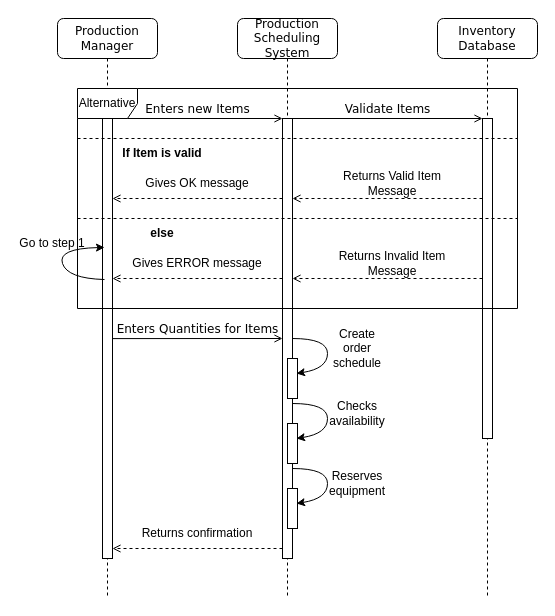
critschris/COMP-354 keeps this draw.io diagram as A2_SD.drawio. Above is the earlier version. Source tidied: cells renumbered, new cells numbered last; positions are measured from the earlier drawing's top-left corner, leaving out a move shared by most shapes. Both pictures are drawn from the tidied source at 100%, with x=0, y=0 at pixel (17, 18).
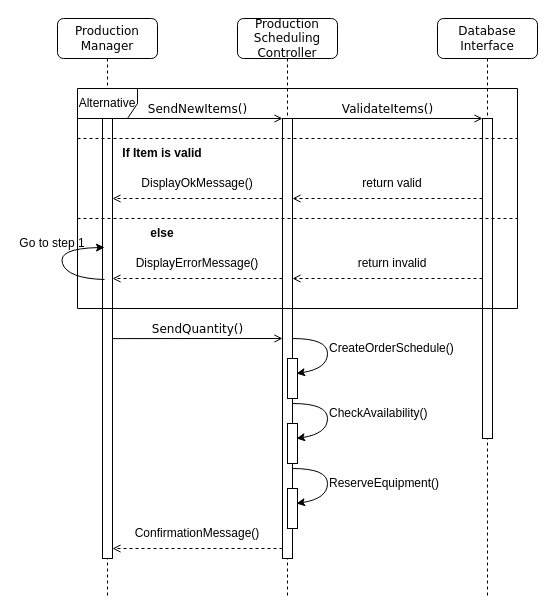
The same page after the edit.

Unchanged cells that the change refers to:
```xml
<mxCell id="3" style="html=1;points=[];perimeter=orthogonalPerimeter;rounded=0;shadow=0;comic=0;labelBackgroundColor=none;strokeWidth=1;fontFamily=Verdana;fontSize=12;align=center;" parent="2" vertex="1">
  <mxGeometry x="45" y="100" width="10" height="440" as="geometry" />
</mxCell>
<mxCell id="6" style="html=1;points=[];perimeter=orthogonalPerimeter;rounded=0;shadow=0;comic=0;labelBackgroundColor=none;strokeWidth=1;fontFamily=Verdana;fontSize=12;align=center;" parent="5" vertex="1">
  <mxGeometry x="45" y="100" width="10" height="320" as="geometry" />
</mxCell>
<mxCell id="8" style="html=1;points=[];perimeter=orthogonalPerimeter;rounded=0;shadow=0;comic=0;labelBackgroundColor=none;strokeWidth=1;fontFamily=Verdana;fontSize=12;align=center;" parent="7" vertex="1">
  <mxGeometry x="45" y="100" width="10" height="440" as="geometry" />
</mxCell>
<mxCell id="19" style="group;" parent="1" vertex="1">
  <mxGeometry x="275" y="150" width="190" height="30" as="geometry" />
</mxCell>
<mxCell id="22" style="group;" parent="1" vertex="1">
  <mxGeometry x="275" y="230" width="190" height="30" as="geometry" />
</mxCell>
<mxCell id="25" style="group;" parent="1" vertex="1">
  <mxGeometry x="95" y="150" width="170" height="30" as="geometry" />
</mxCell>
<mxCell id="28" style="group;" parent="1" vertex="1">
  <mxGeometry x="95" y="230" width="170" height="30" as="geometry" />
</mxCell>
<mxCell id="39" style="group;" parent="1" vertex="1">
  <mxGeometry x="95" y="500" width="170" height="30" as="geometry" />
</mxCell>
```

Diff of the diagram source:
```diff
@@
-    <mxCell id="2" value="Production Scheduling&lt;div&gt;System&lt;/div&gt;" style="shape=umlLifeline;perimeter=lifelinePerimeter;whiteSpace=wrap;html=1;rounded=1;shadow=0;comic=0;labelBackgroundColor=none;strokeWidth=1;fontFamily=Verdana;fontSize=12;align=center;" parent="1" vertex="1">
+    <mxCell id="2" value="Production Scheduling&lt;div&gt;Controller&lt;/div&gt;" style="shape=umlLifeline;perimeter=lifelinePerimeter;whiteSpace=wrap;html=1;rounded=1;shadow=0;comic=0;labelBackgroundColor=none;strokeWidth=1;fontFamily=Verdana;fontSize=12;align=center;" parent="1" vertex="1">
       <mxGeometry x="220" width="100" height="580" as="geometry" />
     </mxCell>
@@
-    <mxCell id="5" value="Inventory&lt;div&gt;Database&lt;/div&gt;" style="shape=umlLifeline;perimeter=lifelinePerimeter;whiteSpace=wrap;html=1;rounded=1;shadow=0;comic=0;labelBackgroundColor=none;strokeWidth=1;fontFamily=Verdana;fontSize=12;align=center;" parent="1" vertex="1">
+    <mxCell id="5" value="&lt;div&gt;Database&lt;/div&gt;&lt;div&gt;Interface&lt;/div&gt;" style="shape=umlLifeline;perimeter=lifelinePerimeter;whiteSpace=wrap;html=1;rounded=1;shadow=0;comic=0;labelBackgroundColor=none;strokeWidth=1;fontFamily=Verdana;fontSize=12;align=center;" parent="1" vertex="1">
       <mxGeometry x="420" width="100" height="580" as="geometry" />
     </mxCell>
@@
-    <mxCell id="11" value="Enters new Items" style="html=1;verticalAlign=bottom;endArrow=open;entryX=0;entryY=0;labelBackgroundColor=none;fontFamily=Verdana;fontSize=12;elbow=vertical;endFill=0;" parent="1" edge="1" source="8" target="3">
+    <mxCell id="11" value="SendNewItems()" style="html=1;verticalAlign=bottom;endArrow=open;entryX=0;entryY=0;labelBackgroundColor=none;fontFamily=Verdana;fontSize=12;elbow=vertical;endFill=0;" parent="1" edge="1" source="8" target="3">
       <mxGeometry relative="1" as="geometry" />
     </mxCell>
-    <mxCell id="12" value="Validate Items" style="html=1;verticalAlign=bottom;endArrow=open;entryX=0;entryY=0;labelBackgroundColor=none;fontFamily=Verdana;fontSize=12;elbow=vertical;endFill=0;" parent="1" edge="1" source="3" target="6">
+    <mxCell id="12" value="ValidateItems()" style="html=1;verticalAlign=bottom;endArrow=open;entryX=0;entryY=0;labelBackgroundColor=none;fontFamily=Verdana;fontSize=12;elbow=vertical;endFill=0;" parent="1" edge="1" source="3" target="6">
       <mxGeometry relative="1" as="geometry" />
     </mxCell>
-    <mxCell id="13" value="Enters Quantities for Items" style="html=1;verticalAlign=bottom;endArrow=open;entryX=0.1;entryY=0.43;labelBackgroundColor=none;fontFamily=Verdana;fontSize=12;elbow=vertical;entryDx=0;entryDy=0;entryPerimeter=0;sourcePerimeterSpacing=0;endFill=0;" parent="1" edge="1">
+    <mxCell id="13" value="SendQuantity()" style="html=1;verticalAlign=bottom;endArrow=open;entryX=0.1;entryY=0.43;labelBackgroundColor=none;fontFamily=Verdana;fontSize=12;elbow=vertical;entryDx=0;entryDy=0;entryPerimeter=0;sourcePerimeterSpacing=0;endFill=0;" parent="1" edge="1">
       <mxGeometry relative="1" as="geometry">
         <mxPoint x="95" y="320.1" as="sourcePoint" />
         <mxPoint x="265" y="320" as="targetPoint" />
       </mxGeometry>
     </mxCell>
@@
-    <mxCell id="21" value="Returns Valid Item Message" style="text;html=1;align=center;verticalAlign=middle;whiteSpace=wrap;rounded=0;" parent="19" vertex="1">
+    <mxCell id="21" value="return valid" style="text;html=1;align=center;verticalAlign=middle;whiteSpace=wrap;rounded=0;" parent="19" vertex="1">
       <mxGeometry x="25" width="150" height="30" as="geometry" />
     </mxCell>
@@
-    <mxCell id="24" value="Returns Invalid Item Message" style="text;html=1;align=center;verticalAlign=middle;whiteSpace=wrap;rounded=0;" parent="22" vertex="1">
+    <mxCell id="24" value="return invalid" style="text;html=1;align=center;verticalAlign=middle;whiteSpace=wrap;rounded=0;" parent="22" vertex="1">
       <mxGeometry x="25" width="150" height="30" as="geometry" />
     </mxCell>
@@
-    <mxCell id="27" value="Gives OK message" style="text;html=1;align=center;verticalAlign=middle;whiteSpace=wrap;rounded=0;" parent="25" vertex="1">
+    <mxCell id="27" value="DisplayOkMessage()" style="text;html=1;align=center;verticalAlign=middle;whiteSpace=wrap;rounded=0;" parent="25" vertex="1">
       <mxGeometry x="10" width="150" height="30" as="geometry" />
     </mxCell>
@@
-    <mxCell id="30" value="Gives ERROR message" style="text;html=1;align=center;verticalAlign=middle;whiteSpace=wrap;rounded=0;" parent="28" vertex="1">
+    <mxCell id="30" value="DisplayErrorMessage()" style="text;html=1;align=center;verticalAlign=middle;whiteSpace=wrap;rounded=0;" parent="28" vertex="1">
       <mxGeometry x="10" width="150" height="30" as="geometry" />
     </mxCell>
@@
-    <mxCell id="32" value="Create order schedule" style="text;html=1;align=center;verticalAlign=middle;whiteSpace=wrap;rounded=0;" parent="1" vertex="1">
+    <mxCell id="32" value="CreateOrderSchedule()" style="text;html=1;align=left;verticalAlign=middle;whiteSpace=wrap;rounded=0;" parent="1" vertex="1">
       <mxGeometry x="310" y="315" width="60" height="30" as="geometry" />
     </mxCell>
@@
-    <mxCell id="35" value="Checks availability" style="text;html=1;align=center;verticalAlign=middle;whiteSpace=wrap;rounded=0;" parent="1" vertex="1">
+    <mxCell id="35" value="CheckAvailability()" style="text;html=1;align=left;verticalAlign=middle;whiteSpace=wrap;rounded=0;" parent="1" vertex="1">
       <mxGeometry x="310" y="380" width="60" height="30" as="geometry" />
     </mxCell>
@@
-    <mxCell id="38" value="Reserves&lt;div&gt;equipment&lt;/div&gt;" style="text;html=1;align=center;verticalAlign=middle;whiteSpace=wrap;rounded=0;" parent="1" vertex="1">
+    <mxCell id="38" value="ReserveE&lt;span style=&quot;background-color: transparent; color: light-dark(rgb(0, 0, 0), rgb(255, 255, 255));&quot;&gt;quipment()&lt;/span&gt;" style="text;html=1;align=left;verticalAlign=middle;whiteSpace=wrap;rounded=0;" parent="1" vertex="1">
       <mxGeometry x="310" y="450" width="60" height="30" as="geometry" />
     </mxCell>
@@
-    <mxCell id="41" value="Returns confirmation" style="text;html=1;align=center;verticalAlign=middle;whiteSpace=wrap;rounded=0;" parent="39" vertex="1">
+    <mxCell id="41" value="ConfirmationMessage()" style="text;html=1;align=center;verticalAlign=middle;whiteSpace=wrap;rounded=0;" parent="39" vertex="1">
       <mxGeometry x="10" width="150" height="30" as="geometry" />
     </mxCell>
```
